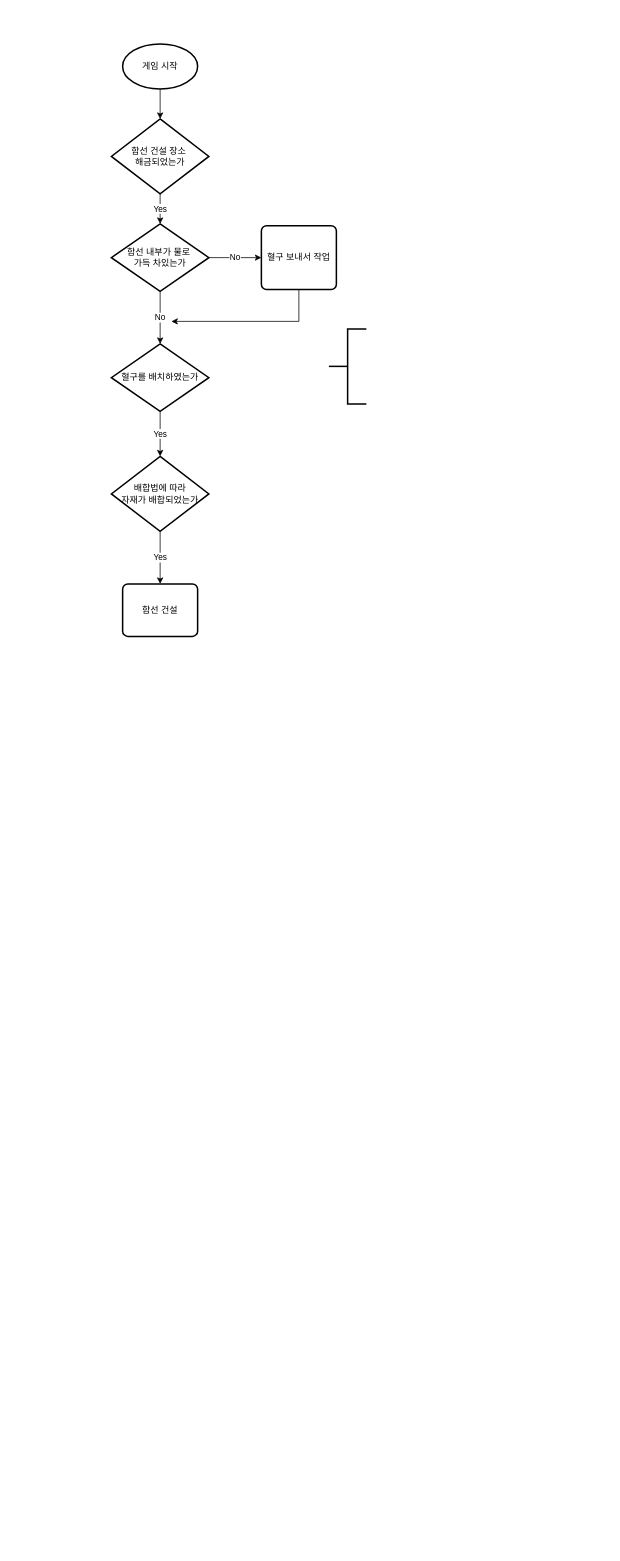
Above: Plan etErs.drawio in 1and-or0/FlowChart (draw.io), before the change. Source tidied: cells renumbered, new cells numbered last; positions are measured from the earlier drawing's top-left corner, leaving out a move shared by most shapes. Both pictures are drawn from the tidied source at 75%, with x=0, y=0 at pixel (111, 44).
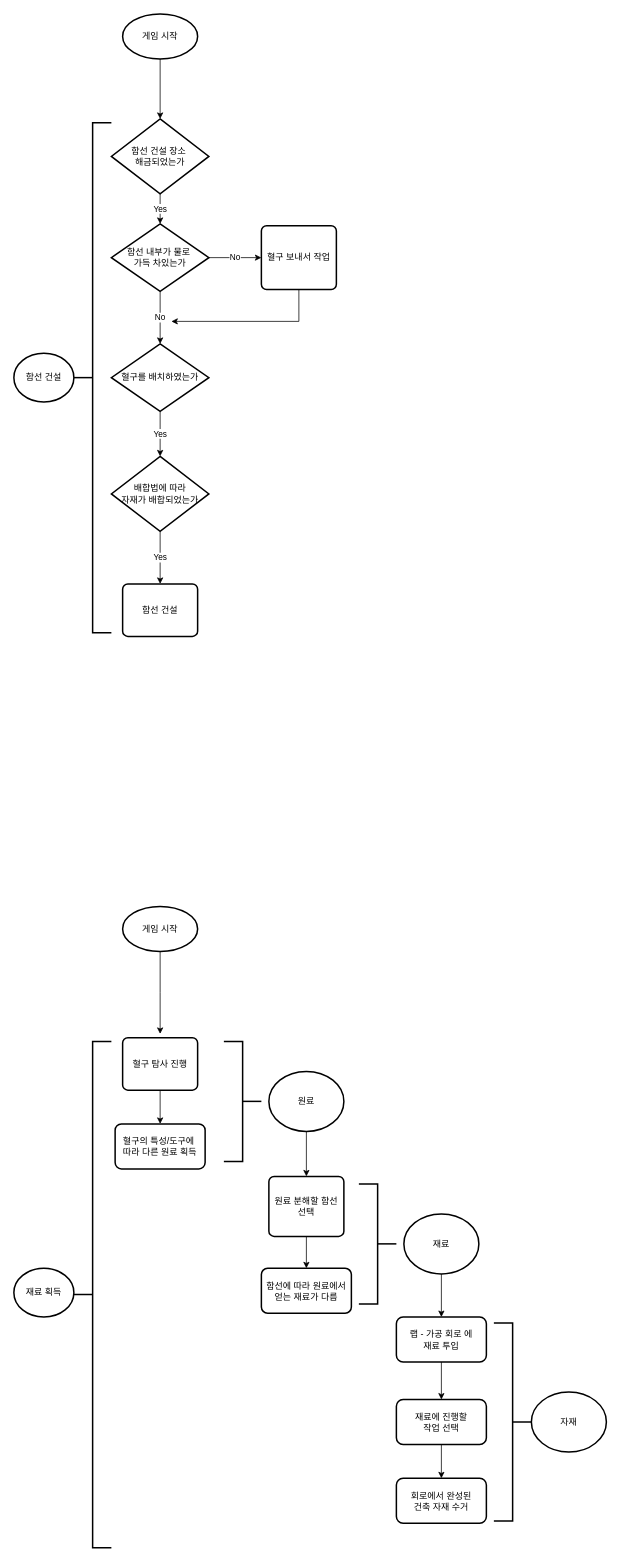
After the change.

The edit, as a diff of the source:
```diff
@@
     <mxCell id="3" value="게임 시작" style="strokeWidth=2;html=1;shape=mxgraph.flowchart.start_1;whiteSpace=wrap;" parent="1" vertex="1">
-      <mxGeometry x="15" width="100" height="60" as="geometry" />
+      <mxGeometry x="15" y="-40" width="100" height="60" as="geometry" />
     </mxCell>
@@
     <mxCell id="16" style="strokeWidth=2;html=1;shape=mxgraph.flowchart.annotation_2;align=left;labelPosition=right;" parent="1" vertex="1">
-      <mxGeometry x="290" y="380" width="50" height="100" as="geometry" />
+      <mxGeometry x="-50" y="105" width="50" height="680" as="geometry" />
     </mxCell>
+    <mxCell id="17" value="함선 건설" style="ellipse;whiteSpace=wrap;html=1;align=center;strokeWidth=2;" parent="1" vertex="1">
+      <mxGeometry x="-130" y="412.5" width="80" height="65" as="geometry" />
+    </mxCell>
+    <mxCell id="18" style="edgeStyle=orthogonalEdgeStyle;rounded=0;jettySize=auto;html=1;" parent="1" edge="1" source="19">
+      <mxGeometry relative="1" as="geometry">
+        <mxPoint x="65" y="1320" as="targetPoint" />
+      </mxGeometry>
+    </mxCell>
+    <mxCell id="19" value="게임 시작" style="strokeWidth=2;html=1;shape=mxgraph.flowchart.start_1;whiteSpace=wrap;" parent="1" vertex="1">
+      <mxGeometry x="15" y="1150" width="100" height="60" as="geometry" />
+    </mxCell>
+    <mxCell id="20" style="strokeWidth=2;html=1;shape=mxgraph.flowchart.annotation_2;align=left;labelPosition=right;" parent="1" vertex="1">
+      <mxGeometry x="-50" y="1330" width="50" height="675" as="geometry" />
+    </mxCell>
+    <mxCell id="21" value="재료 획득" style="ellipse;whiteSpace=wrap;html=1;align=center;strokeWidth=2;" parent="1" vertex="1">
+      <mxGeometry x="-130" y="1632.5" width="80" height="65" as="geometry" />
+    </mxCell>
+    <mxCell id="22" style="edgeStyle=orthogonalEdgeStyle;rounded=0;jettySize=auto;html=1;" parent="1" edge="1" source="23" target="24">
+      <mxGeometry relative="1" as="geometry" />
+    </mxCell>
+    <mxCell id="23" value="혈구 탐사 진행" style="rounded=1;whiteSpace=wrap;html=1;absoluteArcSize=1;arcSize=14;strokeWidth=2;" parent="1" vertex="1">
+      <mxGeometry x="15" y="1325" width="100" height="70" as="geometry" />
+    </mxCell>
+    <mxCell id="24" value="혈구의 특성/도구에&amp;nbsp;&lt;div&gt;따라 다른 원료 획득&lt;/div&gt;" style="rounded=1;whiteSpace=wrap;html=1;arcSize=14;strokeWidth=2;" parent="1" vertex="1">
+      <mxGeometry x="5" y="1440" width="120" height="60" as="geometry" />
+    </mxCell>
+    <mxCell id="25" style="edgeStyle=orthogonalEdgeStyle;rounded=0;orthogonalLoop=1;jettySize=auto;html=1;exitX=0.5;exitY=1;exitDx=0;exitDy=0;" parent="1" edge="1" source="24" target="24">
+      <mxGeometry relative="1" as="geometry" />
+    </mxCell>
+    <mxCell id="26" style="strokeWidth=2;html=1;shape=mxgraph.flowchart.annotation_2;align=left;labelPosition=right;rotation=-180;" parent="1" vertex="1">
+      <mxGeometry x="150" y="1330" width="50" height="160" as="geometry" />
+    </mxCell>
+    <mxCell id="27" style="edgeStyle=orthogonalEdgeStyle;rounded=0;jettySize=auto;html=1;" parent="1" edge="1" source="28" target="30">
+      <mxGeometry relative="1" as="geometry" />
+    </mxCell>
+    <mxCell id="28" value="원료" style="strokeWidth=2;html=1;shape=mxgraph.flowchart.start_2;whiteSpace=wrap;" parent="1" vertex="1">
+      <mxGeometry x="210" y="1370" width="100" height="80" as="geometry" />
+    </mxCell>
+    <mxCell id="29" style="edgeStyle=orthogonalEdgeStyle;rounded=0;jettySize=auto;html=1;" parent="1" edge="1" source="30" target="31">
+      <mxGeometry relative="1" as="geometry" />
+    </mxCell>
+    <mxCell id="30" value="원료 분해할 함선 선택" style="rounded=1;whiteSpace=wrap;html=1;absoluteArcSize=1;arcSize=14;strokeWidth=2;" parent="1" vertex="1">
+      <mxGeometry x="210" y="1510" width="100" height="80" as="geometry" />
+    </mxCell>
+    <mxCell id="31" value="함선에 따라 원료에서 얻는 재료가 다름" style="rounded=1;whiteSpace=wrap;html=1;arcSize=14;strokeWidth=2;" parent="1" vertex="1">
+      <mxGeometry x="200" y="1632.5" width="120" height="60" as="geometry" />
+    </mxCell>
+    <mxCell id="32" style="strokeWidth=2;html=1;shape=mxgraph.flowchart.annotation_2;align=left;labelPosition=right;rotation=-180;" parent="1" vertex="1">
+      <mxGeometry x="330" y="1520" width="50" height="160" as="geometry" />
+    </mxCell>
+    <mxCell id="33" value="자재" style="strokeWidth=2;html=1;shape=mxgraph.flowchart.start_2;whiteSpace=wrap;" parent="1" vertex="1">
+      <mxGeometry x="560" y="1797.5" width="100" height="80" as="geometry" />
+    </mxCell>
+    <mxCell id="34" style="edgeStyle=orthogonalEdgeStyle;rounded=0;jettySize=auto;html=1;" parent="1" edge="1" source="35" target="37">
+      <mxGeometry relative="1" as="geometry" />
+    </mxCell>
+    <mxCell id="35" value="랩 - 가공 회로 에&lt;div&gt;재료 투입&lt;/div&gt;" style="rounded=1;whiteSpace=wrap;html=1;strokeWidth=2;" parent="1" vertex="1">
+      <mxGeometry x="380" y="1697.5" width="120" height="60" as="geometry" />
+    </mxCell>
+    <mxCell id="36" style="edgeStyle=orthogonalEdgeStyle;rounded=0;jettySize=auto;html=1;" parent="1" edge="1" source="37" target="38">
+      <mxGeometry relative="1" as="geometry" />
+    </mxCell>
+    <mxCell id="37" value="재료에 진행할&lt;div&gt;작업 선택&lt;/div&gt;" style="rounded=1;whiteSpace=wrap;html=1;strokeWidth=2;" parent="1" vertex="1">
+      <mxGeometry x="380" y="1807.5" width="120" height="60" as="geometry" />
+    </mxCell>
+    <mxCell id="38" value="회로에서 완성된&lt;div&gt;건축 자재 수거&lt;/div&gt;" style="rounded=1;whiteSpace=wrap;html=1;strokeWidth=2;" parent="1" vertex="1">
+      <mxGeometry x="380" y="1912.5" width="120" height="60" as="geometry" />
+    </mxCell>
+    <mxCell id="39" style="strokeWidth=2;html=1;shape=mxgraph.flowchart.annotation_2;align=left;labelPosition=right;rotation=-180;" parent="1" vertex="1">
+      <mxGeometry x="510" y="1705.5" width="50" height="264" as="geometry" />
+    </mxCell>
+    <mxCell id="40" style="edgeStyle=orthogonalEdgeStyle;rounded=0;jettySize=auto;html=1;" parent="1" edge="1" source="41" target="35">
+      <mxGeometry relative="1" as="geometry" />
+    </mxCell>
+    <mxCell id="41" value="재료" style="strokeWidth=2;html=1;shape=mxgraph.flowchart.start_2;whiteSpace=wrap;" parent="1" vertex="1">
+      <mxGeometry x="390" y="1560" width="100" height="80" as="geometry" />
+    </mxCell>
```
